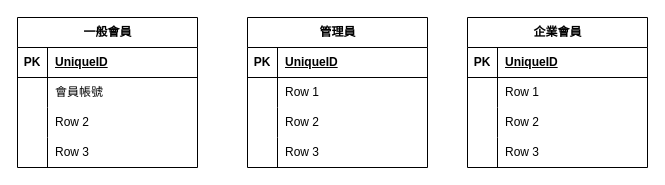
This is page "Back Stage" (4 of 4) of ERmodel_practice1017.drawio from marco79811/ER_model, a draw.io file, before an edit. Source tidied: cells renumbered, new cells numbered last; positions are measured from the earlier drawing's top-left corner, leaving out a move shared by most shapes. Both pictures are drawn from the tidied source at 100%, with x=0, y=0 at pixel (17, 17).
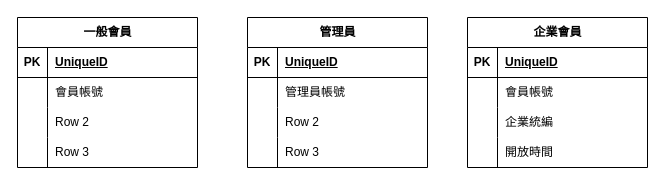
The same diagram, later.

Unchanged cells that the change refers to:
```xml
<mxCell id="6" style="shape=tableRow;horizontal=0;startSize=0;swimlaneHead=0;swimlaneBody=0;fillColor=none;top=0;left=0;right=0;bottom=0;" parent="2" vertex="1">
  <mxGeometry y="60" width="180" height="30" as="geometry" />
</mxCell>
<mxCell id="32" style="shape=tableRow;horizontal=0;startSize=0;swimlaneHead=0;swimlaneBody=0;fillColor=none;top=0;left=0;right=0;bottom=0;" parent="28" vertex="1">
  <mxGeometry y="60" width="180" height="30" as="geometry" />
</mxCell>
<mxCell id="35" style="shape=tableRow;horizontal=0;startSize=0;swimlaneHead=0;swimlaneBody=0;fillColor=none;top=0;left=0;right=0;bottom=0;" parent="28" vertex="1">
  <mxGeometry y="90" width="180" height="30" as="geometry" />
</mxCell>
<mxCell id="38" style="shape=tableRow;horizontal=0;startSize=0;swimlaneHead=0;swimlaneBody=0;fillColor=none;top=0;left=0;right=0;bottom=0;" parent="28" vertex="1">
  <mxGeometry y="120" width="180" height="30" as="geometry" />
</mxCell>
```

What changed in the source:
```diff
@@
-    <mxCell id="8" value="Row 1" style="shape=partialRectangle;fillColor=none;top=0;left=0;bottom=0;right=0;align=left;spacingLeft=6;overflow=hidden;whiteSpace=wrap;html=1;" parent="6" vertex="1">
+    <mxCell id="8" value="管理員帳號" style="shape=partialRectangle;fillColor=none;top=0;left=0;bottom=0;right=0;align=left;spacingLeft=6;overflow=hidden;whiteSpace=wrap;html=1;" parent="6" vertex="1">
       <mxGeometry x="30" width="150" height="30" as="geometry" />
     </mxCell>
@@
-    <mxCell id="34" value="Row 1" style="shape=partialRectangle;fillColor=none;top=0;left=0;bottom=0;right=0;align=left;spacingLeft=6;overflow=hidden;whiteSpace=wrap;html=1;" parent="32" vertex="1">
+    <mxCell id="34" value="會員帳號" style="shape=partialRectangle;fillColor=none;top=0;left=0;bottom=0;right=0;align=left;spacingLeft=6;overflow=hidden;whiteSpace=wrap;html=1;" parent="32" vertex="1">
       <mxGeometry x="30" width="150" height="30" as="geometry" />
     </mxCell>
@@
-    <mxCell id="37" value="Row 2" style="shape=partialRectangle;fillColor=none;top=0;left=0;bottom=0;right=0;align=left;spacingLeft=6;overflow=hidden;whiteSpace=wrap;html=1;" parent="35" vertex="1">
+    <mxCell id="37" value="企業統編" style="shape=partialRectangle;fillColor=none;top=0;left=0;bottom=0;right=0;align=left;spacingLeft=6;overflow=hidden;whiteSpace=wrap;html=1;" parent="35" vertex="1">
       <mxGeometry x="30" width="150" height="30" as="geometry" />
     </mxCell>
@@
-    <mxCell id="40" value="Row 3" style="shape=partialRectangle;fillColor=none;top=0;left=0;bottom=0;right=0;align=left;spacingLeft=6;overflow=hidden;whiteSpace=wrap;html=1;" parent="38" vertex="1">
+    <mxCell id="40" value="開放時間" style="shape=partialRectangle;fillColor=none;top=0;left=0;bottom=0;right=0;align=left;spacingLeft=6;overflow=hidden;whiteSpace=wrap;html=1;" parent="38" vertex="1">
       <mxGeometry x="30" width="150" height="30" as="geometry" />
     </mxCell>
```
